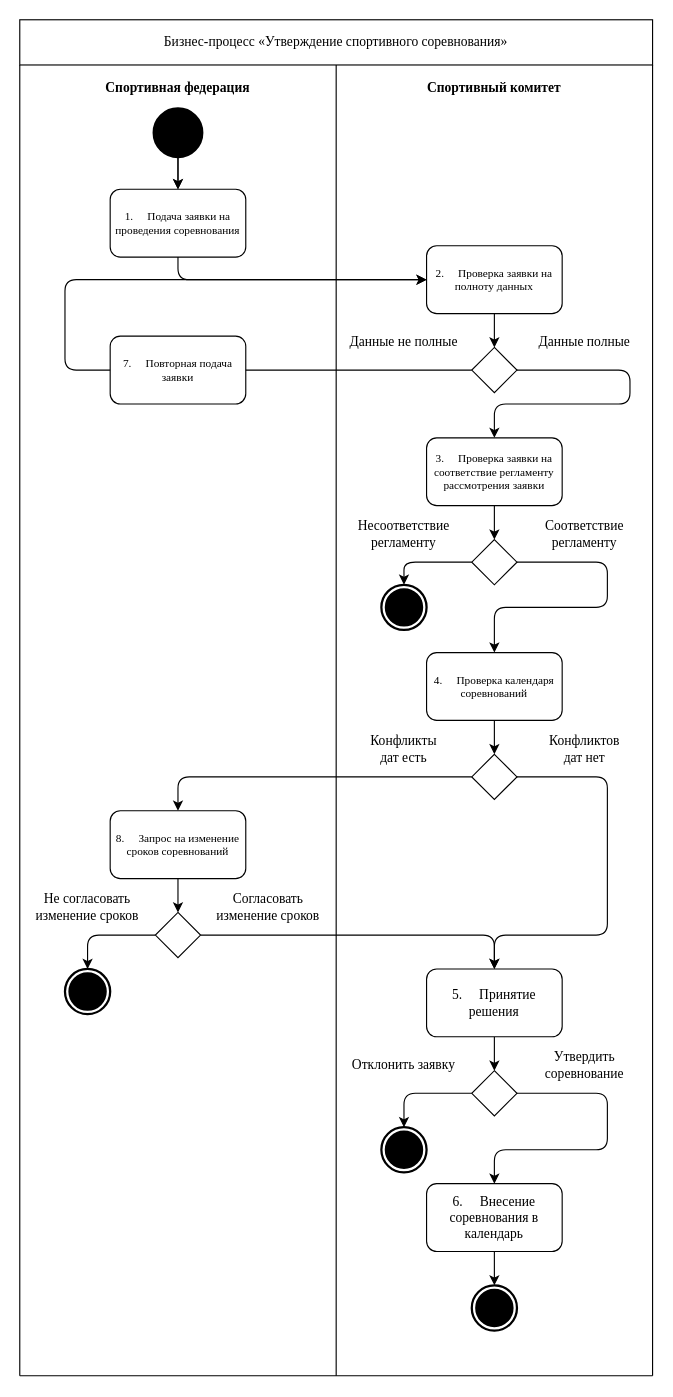
Before: page "Деятельности" (3 of 11) of Диаграммы ИС «Спортивный комитет».drawio in antonch985/Education, a draw.io diagram. Source tidied: cells renumbered, new cells numbered last; positions are measured from the earlier drawing's top-left corner, leaving out a move shared by most shapes. Both pictures are drawn from the tidied source at 113%, with x=0, y=0 at pixel (19, 19).
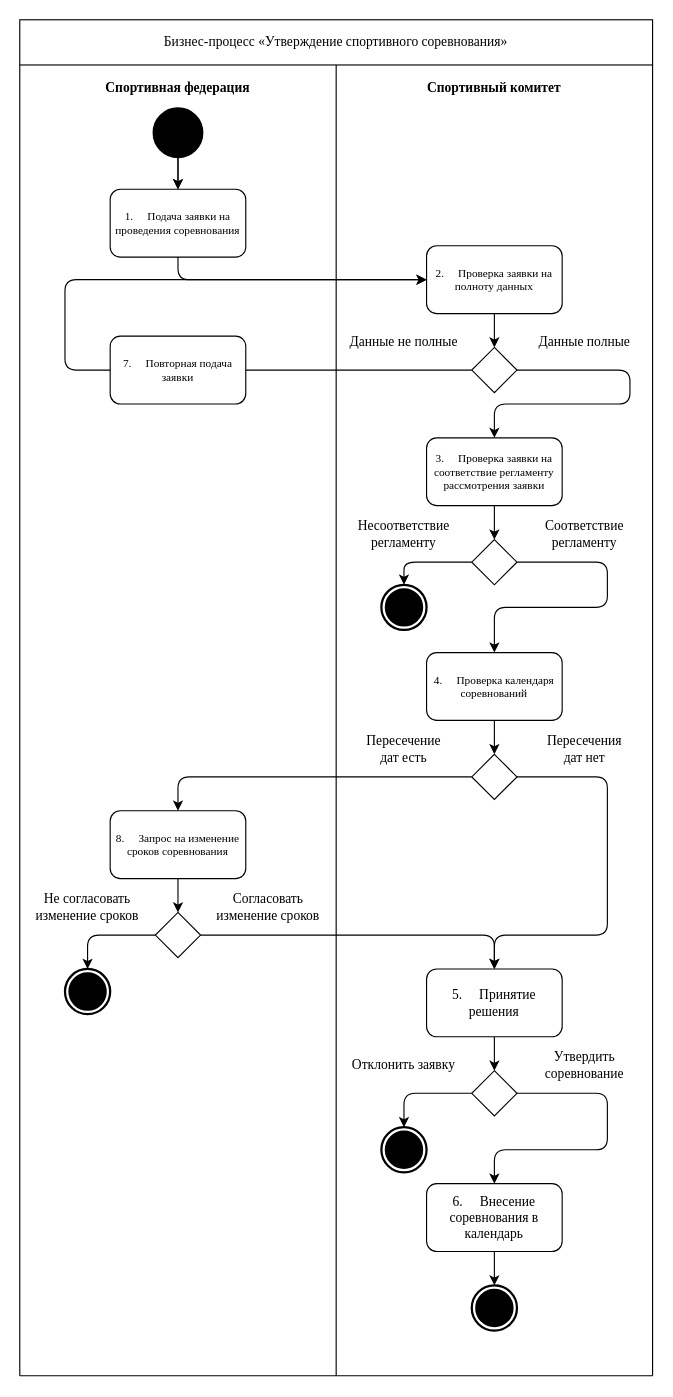
After the change.

Change to the diagram source:
```diff
@@
-    <mxCell id="33" value="Конфликтов&lt;div&gt;дат нет&lt;/div&gt;" style="text;html=1;whiteSpace=wrap;strokeColor=none;fillColor=none;align=center;verticalAlign=middle;rounded=0;fontFamily=Times New Roman;" parent="1" vertex="1">
+    <mxCell id="33" value="Пересечения&lt;div&gt;дат нет&lt;/div&gt;" style="text;html=1;whiteSpace=wrap;strokeColor=none;fillColor=none;align=center;verticalAlign=middle;rounded=0;fontFamily=Times New Roman;" parent="1" vertex="1">
       <mxGeometry x="440" y="620" width="120" height="50" as="geometry" />
     </mxCell>
-    <mxCell id="34" value="Конфликты&lt;div&gt;дат есть&lt;/div&gt;" style="text;html=1;whiteSpace=wrap;strokeColor=none;fillColor=none;align=center;verticalAlign=middle;rounded=0;fontFamily=Times New Roman;" parent="1" vertex="1">
+    <mxCell id="34" value="Пересечение&lt;div&gt;дат есть&lt;/div&gt;" style="text;html=1;whiteSpace=wrap;strokeColor=none;fillColor=none;align=center;verticalAlign=middle;rounded=0;fontFamily=Times New Roman;" parent="1" vertex="1">
       <mxGeometry x="280" y="620" width="120" height="50" as="geometry" />
     </mxCell>
@@
-    <mxCell id="36" value="8.&lt;span style=&quot;white-space: pre;&quot;&gt;&#9;&lt;/span&gt;Запрос на изменение сроков соревнований" style="rounded=1;whiteSpace=wrap;html=1;fontSize=10;fontFamily=Times New Roman;" parent="1" vertex="1">
+    <mxCell id="36" value="8.&lt;span style=&quot;white-space: pre;&quot;&gt;&#9;&lt;/span&gt;Запрос на изменение сроков соревнования" style="rounded=1;whiteSpace=wrap;html=1;fontSize=10;fontFamily=Times New Roman;" parent="1" vertex="1">
       <mxGeometry x="80" y="700" width="120" height="60" as="geometry" />
     </mxCell>
```
